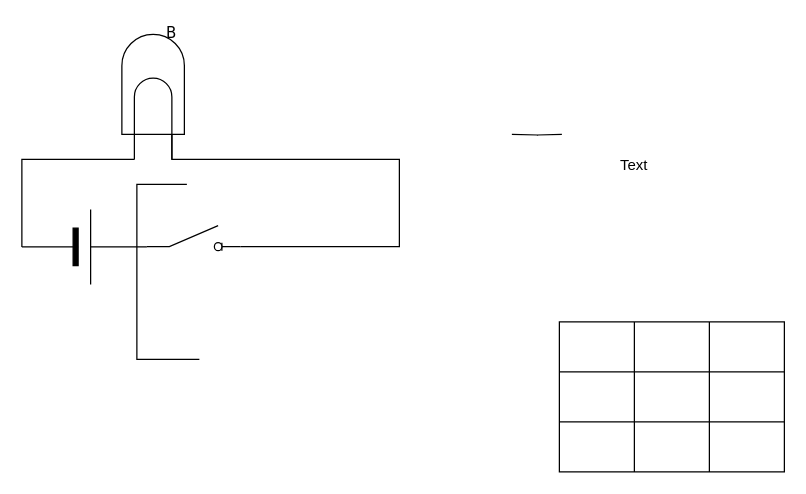
Before: page "Single Switch" (1 of 3) of Untitled Diagram.drawio in saumitraj/pythonforschool, a draw.io diagram. Source tidied: cells renumbered, new cells numbered last; positions are measured from the earlier drawing's top-left corner, leaving out a move shared by most shapes. Both pictures are drawn from the tidied source at 125%, with x=0, y=0 at pixel (21, 21).
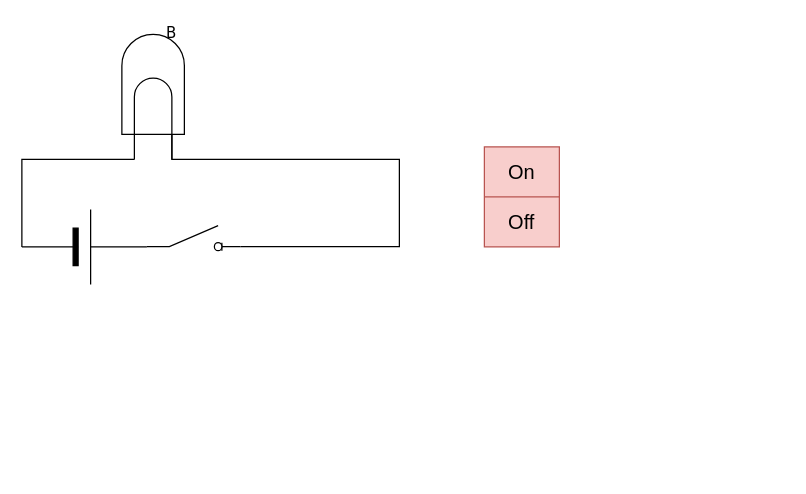
Above is the later version.

What changed in the source:
```diff
@@
-    <mxCell id="3" style="edgeStyle=orthogonalEdgeStyle;rounded=0;html=1;exitX=1;exitY=0.5;exitPerimeter=0;entryPerimeter=0;labelBackgroundColor=none;startArrow=none;startFill=0;startSize=5;endArrow=none;endFill=0;endSize=5;jettySize=auto;orthogonalLoop=1;strokeWidth=1;fontFamily=Verdana;fontSize=12;" parent="1" edge="1">
-      <mxGeometry relative="1" as="geometry">
-        <mxPoint x="392" y="90" as="sourcePoint" />
-        <mxPoint x="432" y="90" as="targetPoint" />
-      </mxGeometry>
-    </mxCell>
-    <mxCell id="4" style="edgeStyle=orthogonalEdgeStyle;rounded=0;html=1;labelBackgroundColor=none;startArrow=none;startFill=0;startSize=5;endArrow=none;endFill=0;endSize=5;jettySize=auto;orthogonalLoop=1;strokeWidth=1;fontFamily=Verdana;fontSize=12;entryX=0;entryY=0.5;entryDx=0;entryDy=0;entryPerimeter=0;" parent="1" edge="1">
-      <mxGeometry relative="1" as="geometry">
-        <mxPoint x="142" y="270" as="sourcePoint" />
-        <mxPoint x="132" y="130" as="targetPoint" />
-        <Array as="points">
-          <mxPoint x="92" y="130" />
-        </Array>
-      </mxGeometry>
-    </mxCell>
@@
-    <mxCell id="12" value="Text" style="text;html=1;align=center;verticalAlign=middle;whiteSpace=wrap;rounded=0;" parent="1" vertex="1">
-      <mxGeometry x="460" y="100" width="60" height="30" as="geometry" />
-    </mxCell>
-    <mxCell id="13" style="shape=table;startSize=0;childLayout=tableLayout;fontSize=16;" parent="1" vertex="1">
-      <mxGeometry x="430" y="240" width="180" height="120" as="geometry" />
-    </mxCell>
-    <mxCell id="14" style="shape=tableRow;horizontal=0;startSize=0;swimlaneHead=0;swimlaneBody=0;strokeColor=inherit;top=0;left=0;bottom=0;right=0;fillColor=none;fontSize=16;" parent="13" vertex="1">
-      <mxGeometry width="180" height="40" as="geometry" />
-    </mxCell>
-    <mxCell id="15" style="shape=partialRectangle;html=1;whiteSpace=wrap;strokeColor=inherit;overflow=hidden;fillColor=none;top=0;left=0;bottom=0;right=0;fontSize=16;" parent="14" vertex="1">
-      <mxGeometry width="60" height="40" as="geometry" />
-    </mxCell>
-    <mxCell id="16" style="shape=partialRectangle;html=1;whiteSpace=wrap;strokeColor=inherit;overflow=hidden;fillColor=none;top=0;left=0;bottom=0;right=0;fontSize=16;" parent="14" vertex="1">
-      <mxGeometry x="60" width="60" height="40" as="geometry" />
-    </mxCell>
-    <mxCell id="17" style="shape=partialRectangle;html=1;whiteSpace=wrap;strokeColor=inherit;overflow=hidden;fillColor=none;top=0;left=0;bottom=0;right=0;fontSize=16;" parent="14" vertex="1">
-      <mxGeometry x="120" width="60" height="40" as="geometry" />
-    </mxCell>
-    <mxCell id="18" style="shape=tableRow;horizontal=0;startSize=0;swimlaneHead=0;swimlaneBody=0;strokeColor=inherit;top=0;left=0;bottom=0;right=0;fillColor=none;fontSize=16;" parent="13" vertex="1">
-      <mxGeometry y="40" width="180" height="40" as="geometry" />
-    </mxCell>
-    <mxCell id="19" style="shape=partialRectangle;html=1;whiteSpace=wrap;strokeColor=inherit;overflow=hidden;fillColor=none;top=0;left=0;bottom=0;right=0;fontSize=16;" parent="18" vertex="1">
-      <mxGeometry width="60" height="40" as="geometry" />
-    </mxCell>
-    <mxCell id="20" style="shape=partialRectangle;html=1;whiteSpace=wrap;strokeColor=inherit;overflow=hidden;fillColor=none;top=0;left=0;bottom=0;right=0;fontSize=16;" parent="18" vertex="1">
-      <mxGeometry x="60" width="60" height="40" as="geometry" />
-    </mxCell>
-    <mxCell id="21" style="shape=partialRectangle;html=1;whiteSpace=wrap;strokeColor=inherit;overflow=hidden;fillColor=none;top=0;left=0;bottom=0;right=0;fontSize=16;" parent="18" vertex="1">
-      <mxGeometry x="120" width="60" height="40" as="geometry" />
-    </mxCell>
-    <mxCell id="22" style="shape=tableRow;horizontal=0;startSize=0;swimlaneHead=0;swimlaneBody=0;strokeColor=inherit;top=0;left=0;bottom=0;right=0;fillColor=none;fontSize=16;" parent="13" vertex="1">
-      <mxGeometry y="80" width="180" height="40" as="geometry" />
-    </mxCell>
-    <mxCell id="23" style="shape=partialRectangle;html=1;whiteSpace=wrap;strokeColor=inherit;overflow=hidden;fillColor=none;top=0;left=0;bottom=0;right=0;fontSize=16;" parent="22" vertex="1">
-      <mxGeometry width="60" height="40" as="geometry" />
-    </mxCell>
-    <mxCell id="24" style="shape=partialRectangle;html=1;whiteSpace=wrap;strokeColor=inherit;overflow=hidden;fillColor=none;top=0;left=0;bottom=0;right=0;fontSize=16;" parent="22" vertex="1">
-      <mxGeometry x="60" width="60" height="40" as="geometry" />
-    </mxCell>
-    <mxCell id="25" style="shape=partialRectangle;html=1;whiteSpace=wrap;strokeColor=inherit;overflow=hidden;fillColor=none;top=0;left=0;bottom=0;right=0;fontSize=16;" parent="22" vertex="1">
-      <mxGeometry x="120" width="60" height="40" as="geometry" />
-    </mxCell>
+    <mxCell id="26" style="shape=table;startSize=0;childLayout=tableLayout;fontSize=16;fillColor=#f8cecc;strokeColor=#b85450;" parent="1" vertex="1">
+      <mxGeometry x="370" y="100" width="60" height="80" as="geometry" />
+    </mxCell>
+    <mxCell id="27" style="shape=tableRow;horizontal=0;startSize=0;swimlaneHead=0;swimlaneBody=0;strokeColor=inherit;top=0;left=0;bottom=0;right=0;fillColor=none;fontSize=16;" parent="26" vertex="1">
+      <mxGeometry width="60" height="40" as="geometry" />
+    </mxCell>
+    <mxCell id="28" value="On" style="shape=partialRectangle;html=1;whiteSpace=wrap;strokeColor=inherit;overflow=hidden;fillColor=none;top=0;left=0;bottom=0;right=0;fontSize=16;" parent="27" vertex="1">
+      <mxGeometry width="60" height="40" as="geometry" />
+    </mxCell>
+    <mxCell id="29" style="shape=tableRow;horizontal=0;startSize=0;swimlaneHead=0;swimlaneBody=0;strokeColor=inherit;top=0;left=0;bottom=0;right=0;fillColor=none;fontSize=16;" parent="26" vertex="1">
+      <mxGeometry y="40" width="60" height="40" as="geometry" />
+    </mxCell>
+    <mxCell id="30" value="Off" style="shape=partialRectangle;html=1;whiteSpace=wrap;strokeColor=inherit;overflow=hidden;fillColor=none;top=0;left=0;bottom=0;right=0;fontSize=16;" parent="29" vertex="1">
+      <mxGeometry width="60" height="40" as="geometry" />
+    </mxCell>
```
